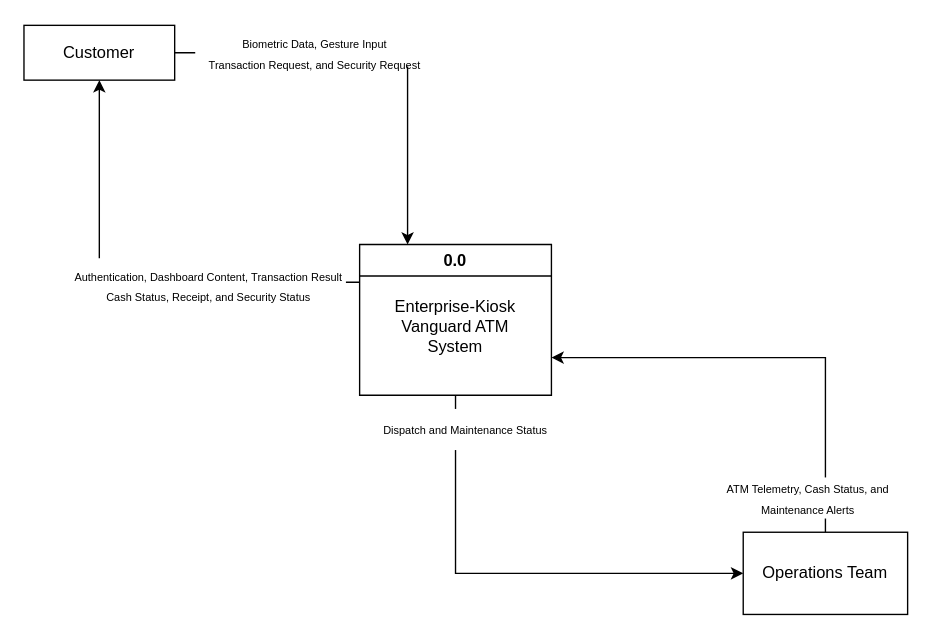
Before: Level-0-aton.drawio in y0ckbee/VanguardAtm-SAD, a draw.io diagram. Source tidied: cells renumbered, new cells numbered last; positions are measured from the earlier drawing's top-left corner, leaving out a move shared by most shapes. Both pictures are drawn from the tidied source at 137%, with x=0, y=0 at pixel (23, 25).
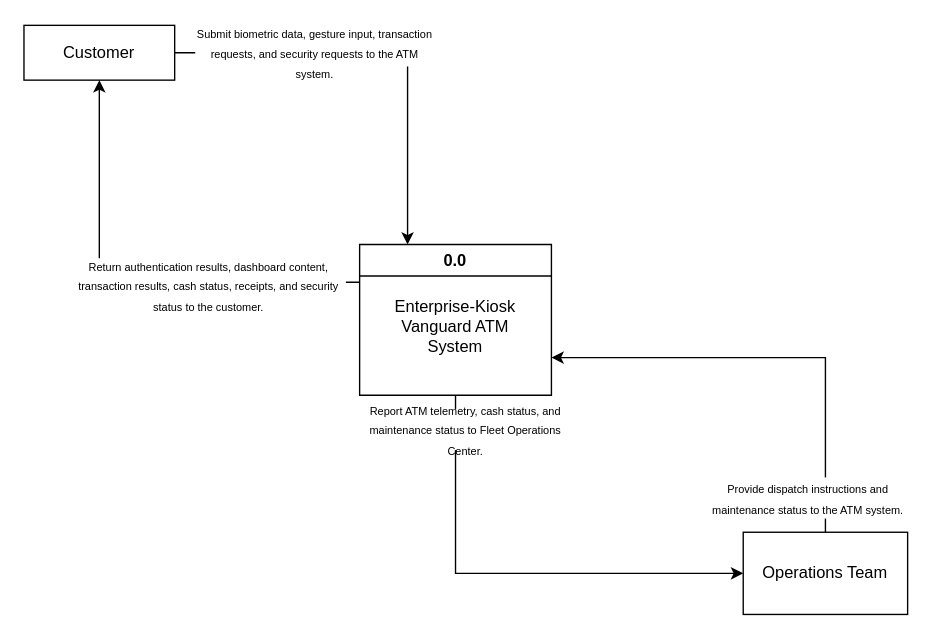
The same page after the edit.

Diff of the diagram source:
```diff
@@
 <mxGraphModel>
   <root>
     <mxCell id="0" />
     <mxCell id="1" parent="0" />
     <mxCell id="2" style="edgeStyle=orthogonalEdgeStyle;rounded=0;jettySize=auto;html=1;exitX=1;exitY=0.5;exitDx=0;exitDy=0;entryX=0.25;entryY=0;entryDx=0;entryDy=0;defaultLabelBackgroundColor=page;" parent="1" edge="1" source="3" target="7">
       <mxGeometry relative="1" as="geometry" />
     </mxCell>
     <mxCell id="3" style="rounded=0;whiteSpace=wrap;html=1;align=left;" parent="1" vertex="1">
       <mxGeometry width="110" height="40" as="geometry" />
     </mxCell>
     <mxCell id="4" value="Customer" style="text;html=1;whiteSpace=wrap;strokeColor=none;fillColor=none;align=center;verticalAlign=middle;rounded=0;" parent="1" vertex="1">
       <mxGeometry x="25" y="5" width="60" height="30" as="geometry" />
     </mxCell>
     <mxCell id="5" style="edgeStyle=orthogonalEdgeStyle;rounded=0;jettySize=auto;html=1;exitX=0;exitY=0.25;exitDx=0;exitDy=0;entryX=0.5;entryY=1;entryDx=0;entryDy=0;defaultLabelBackgroundColor=page;" parent="1" edge="1" source="7" target="3">
       <mxGeometry relative="1" as="geometry" />
     </mxCell>
     <mxCell id="6" style="edgeStyle=orthogonalEdgeStyle;rounded=0;jettySize=auto;html=1;exitX=0.5;exitY=1;exitDx=0;exitDy=0;entryX=0;entryY=0.5;entryDx=0;entryDy=0;defaultLabelBackgroundColor=page;" parent="1" edge="1" source="7" target="10">
       <mxGeometry relative="1" as="geometry" />
     </mxCell>
     <mxCell id="7" value="0.0" style="swimlane;whiteSpace=wrap;html=1;" parent="1" vertex="1">
       <mxGeometry x="245" y="160" width="140" height="110" as="geometry" />
     </mxCell>
     <mxCell id="8" value="Enterprise-Kiosk Vanguard ATM System" style="text;html=1;whiteSpace=wrap;strokeColor=none;fillColor=none;align=center;verticalAlign=middle;rounded=0;" parent="7" vertex="1">
       <mxGeometry x="20" y="40" width="100" height="40" as="geometry" />
     </mxCell>
     <mxCell id="9" style="edgeStyle=orthogonalEdgeStyle;rounded=0;jettySize=auto;html=1;exitX=0.5;exitY=0;exitDx=0;exitDy=0;entryX=1;entryY=0.75;entryDx=0;entryDy=0;defaultLabelBackgroundColor=page;" parent="1" edge="1" source="10" target="7">
       <mxGeometry relative="1" as="geometry" />
     </mxCell>
     <mxCell id="10" value="Operations Team" style="rounded=0;whiteSpace=wrap;html=1;" parent="1" vertex="1">
       <mxGeometry x="525" y="370" width="120" height="60" as="geometry" />
     </mxCell>
-    <mxCell id="11" value="&lt;div&gt;&lt;span style=&quot;font-size: 8px;&quot;&gt;Biometric Data,&amp;nbsp;&lt;/span&gt;&lt;span style=&quot;background-color: transparent; color: light-dark(#000000, var(--ge-light-color, #ffffff)); font-size: 8px;&quot;&gt;Gesture Input&lt;/span&gt;&lt;/div&gt;&lt;div&gt;&lt;span style=&quot;background-color: transparent; color: light-dark(#000000, var(--ge-light-color, #ffffff)); font-size: 8px;&quot;&gt;Transaction Request,&amp;nbsp;&lt;/span&gt;&lt;span style=&quot;background-color: transparent; color: light-dark(#000000, var(--ge-light-color, #ffffff)); font-size: 8px;&quot;&gt;and Security Request&lt;/span&gt;&lt;/div&gt;" style="text;html=1;whiteSpace=wrap;strokeColor=none;fillColor=default;align=center;verticalAlign=middle;rounded=0;" parent="1" vertex="1">
+    <mxCell id="11" value="&lt;span style=&quot;font-size: 8px;&quot;&gt;Submit biometric data, gesture input, transaction requests, and security requests to the ATM system.&lt;/span&gt;" style="text;html=1;whiteSpace=wrap;strokeColor=none;fillColor=default;align=center;verticalAlign=middle;rounded=0;" parent="1" vertex="1">
       <mxGeometry x="125" y="10" width="175" height="20" as="geometry" />
     </mxCell>
-    <mxCell id="12" value="&lt;div&gt;&lt;span style=&quot;font-size: 8px;&quot;&gt;Authentication,&amp;nbsp;&lt;/span&gt;&lt;span style=&quot;background-color: transparent; color: light-dark(#000000, var(--ge-light-color, #ffffff)); font-size: 8px;&quot;&gt;Dashboard Content,&amp;nbsp;&lt;/span&gt;&lt;span style=&quot;background-color: transparent; color: light-dark(#000000, var(--ge-light-color, #ffffff)); font-size: 8px;&quot;&gt;Transaction Result&lt;/span&gt;&lt;/div&gt;&lt;div&gt;&lt;span style=&quot;background-color: transparent; color: light-dark(#000000, var(--ge-light-color, #ffffff)); font-size: 8px;&quot;&gt;Cash Status,&amp;nbsp;&lt;/span&gt;&lt;span style=&quot;background-color: transparent; color: light-dark(#000000, var(--ge-light-color, #ffffff)); font-size: 8px;&quot;&gt;Receipt,&amp;nbsp;&lt;/span&gt;&lt;span style=&quot;background-color: transparent; color: light-dark(#000000, var(--ge-light-color, #ffffff)); font-size: 8px;&quot;&gt;and Security Status&lt;/span&gt;&lt;/div&gt;" style="text;html=1;whiteSpace=wrap;strokeColor=none;fillColor=default;align=center;verticalAlign=middle;rounded=0;" parent="1" vertex="1">
+    <mxCell id="12" value="&lt;span style=&quot;font-size: 8px;&quot;&gt;Return authentication results, dashboard content, transaction results, cash status, receipts, and security status to the customer.&lt;/span&gt;" style="text;html=1;whiteSpace=wrap;strokeColor=none;fillColor=default;align=center;verticalAlign=middle;rounded=0;" parent="1" vertex="1">
       <mxGeometry x="35" y="170" width="200" height="40" as="geometry" />
     </mxCell>
-    <mxCell id="13" value="&lt;font style=&quot;font-size: 8px;&quot;&gt;ATM Telemetry, Cash Status, and Maintenance Alerts&lt;/font&gt;" style="text;html=1;whiteSpace=wrap;strokeColor=none;fillColor=default;align=center;verticalAlign=middle;rounded=0;" parent="1" vertex="1">
+    <mxCell id="13" value="&lt;font style=&quot;font-size: 8px;&quot;&gt;Provide dispatch instructions and maintenance status to the ATM system.&lt;/font&gt;" style="text;html=1;whiteSpace=wrap;strokeColor=none;fillColor=default;align=center;verticalAlign=middle;rounded=0;" parent="1" vertex="1">
       <mxGeometry x="495" y="330" width="155" height="30" as="geometry" />
     </mxCell>
-    <mxCell id="14" value="&lt;div&gt;&lt;span style=&quot;font-size: 8px;&quot;&gt;Dispatch and&amp;nbsp;&lt;/span&gt;&lt;span style=&quot;background-color: transparent; color: light-dark(#000000, var(--ge-light-color, #ffffff)); font-size: 8px;&quot;&gt;Maintenance Status&lt;/span&gt;&lt;/div&gt;" style="text;html=1;whiteSpace=wrap;strokeColor=none;fillColor=default;align=center;verticalAlign=middle;rounded=0;" parent="1" vertex="1">
+    <mxCell id="14" value="&lt;span style=&quot;font-size: 8px;&quot;&gt;Report ATM telemetry, cash status, and maintenance status to Fleet Operations Center.&lt;/span&gt;" style="text;html=1;whiteSpace=wrap;strokeColor=none;fillColor=default;align=center;verticalAlign=middle;rounded=0;" parent="1" vertex="1">
       <mxGeometry x="245" y="280" width="155" height="30" as="geometry" />
     </mxCell>
   </root>
 </mxGraphModel>
```
